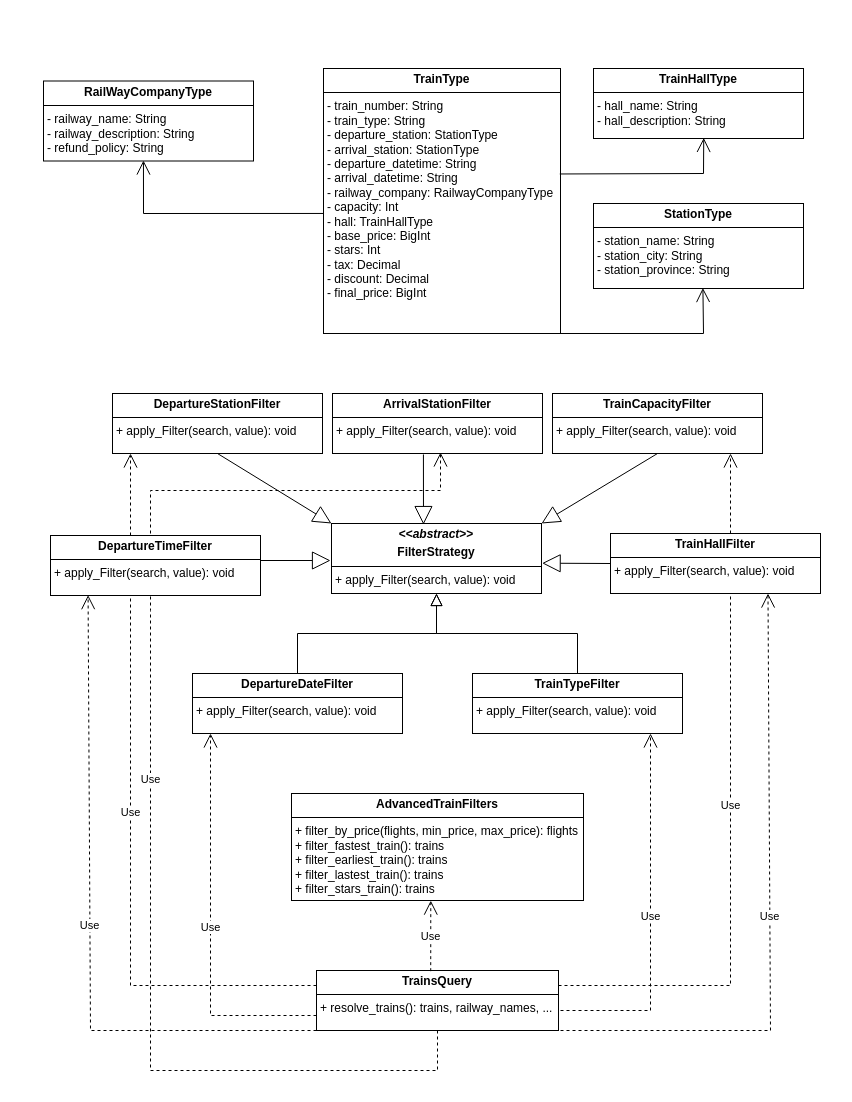
Before: Class-Diagram/TrainsFilter-Class-Diagram.drawio in Travel-Booking-Framework/TrainsFilter, a draw.io diagram. Source tidied: cells renumbered, new cells numbered last; positions are measured from the earlier drawing's top-left corner, leaving out a move shared by most shapes. Both pictures are drawn from the tidied source at 100%, with x=0, y=0 at pixel (43, 68).
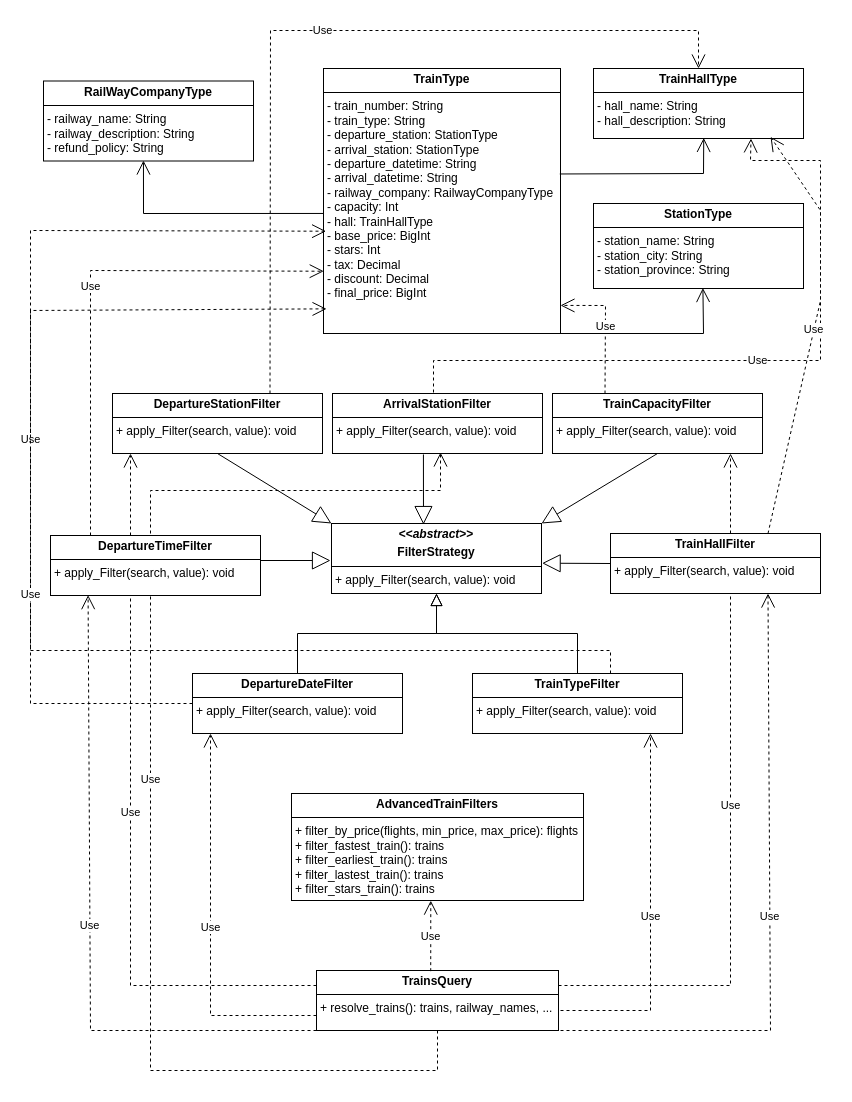
The same diagram, later.

Commit message (it also covers changes not shown here):
Modify Class Diagram

The change refers to these unchanged cells:
```xml
<mxCell id="3" value="&lt;p style=&quot;margin:0px;margin-top:4px;text-align:center;&quot;&gt;&lt;b&gt;TrainHallType&lt;/b&gt;&lt;/p&gt;&lt;hr size=&quot;1&quot; style=&quot;border-style:solid;&quot;&gt;&lt;p style=&quot;margin: 0px 0px 0px 4px;&quot;&gt;- hall_name: String&lt;/p&gt;&lt;p style=&quot;margin: 0px 0px 0px 4px;&quot;&gt;- hall_description:&amp;nbsp;&lt;span style=&quot;background-color: initial;&quot;&gt;String&lt;/span&gt;&lt;/p&gt;" style="verticalAlign=top;align=left;overflow=fill;html=1;whiteSpace=wrap;" parent="1" vertex="1">
  <mxGeometry x="550" width="210" height="70" as="geometry" />
</mxCell>
<mxCell id="5" value="&lt;p style=&quot;margin:0px;margin-top:4px;text-align:center;&quot;&gt;&lt;b&gt;TrainType&lt;/b&gt;&lt;/p&gt;&lt;hr size=&quot;1&quot; style=&quot;border-style:solid;&quot;&gt;&lt;p style=&quot;margin: 0px 0px 0px 4px;&quot;&gt;- train_number:&amp;nbsp;&lt;span style=&quot;background-color: initial;&quot;&gt;String&lt;/span&gt;&lt;/p&gt;&lt;p style=&quot;margin: 0px 0px 0px 4px;&quot;&gt;- train_type:&amp;nbsp;&lt;span style=&quot;background-color: initial;&quot;&gt;String&lt;/span&gt;&lt;/p&gt;&lt;p style=&quot;margin: 0px 0px 0px 4px;&quot;&gt;- departure_station: StationType&lt;/p&gt;&lt;p style=&quot;margin: 0px 0px 0px 4px;&quot;&gt;- arrival_station: StationType&lt;/p&gt;&lt;p style=&quot;margin: 0px 0px 0px 4px;&quot;&gt;- departure_datetime:&amp;nbsp;&lt;span style=&quot;background-color: initial;&quot;&gt;String&lt;/span&gt;&lt;/p&gt;&lt;p style=&quot;margin: 0px 0px 0px 4px;&quot;&gt;- arrival_datetime:&amp;nbsp;&lt;span style=&quot;background-color: initial;&quot;&gt;String&lt;/span&gt;&lt;/p&gt;&lt;p style=&quot;margin: 0px 0px 0px 4px;&quot;&gt;- railway_company: RailwayCompanyType&lt;/p&gt;&lt;p style=&quot;margin: 0px 0px 0px 4px;&quot;&gt;- capacity: Int&lt;/p&gt;&lt;p style=&quot;margin: 0px 0px 0px 4px;&quot;&gt;- hall: TrainHallType&lt;/p&gt;&lt;p style=&quot;margin: 0px 0px 0px 4px;&quot;&gt;- base_price: BigInt&lt;/p&gt;&lt;p style=&quot;margin: 0px 0px 0px 4px;&quot;&gt;&lt;span style=&quot;background-color: initial;&quot;&gt;- stars: Int&lt;/span&gt;&lt;/p&gt;&lt;p style=&quot;margin: 0px 0px 0px 4px;&quot;&gt;- tax: Decimal&lt;/p&gt;&lt;p style=&quot;margin: 0px 0px 0px 4px;&quot;&gt;- discount: Decimal&lt;/p&gt;&lt;p style=&quot;margin: 0px 0px 0px 4px;&quot;&gt;- final_price:&amp;nbsp;&lt;span style=&quot;background-color: initial;&quot;&gt;BigInt&lt;/span&gt;&lt;/p&gt;" style="verticalAlign=top;align=left;overflow=fill;html=1;whiteSpace=wrap;" parent="1" vertex="1">
  <mxGeometry x="280" width="237" height="265" as="geometry" />
</mxCell>
<mxCell id="12" value="&lt;p style=&quot;margin:0px;margin-top:4px;text-align:center;&quot;&gt;&lt;b&gt;DepartureStationFilter&lt;/b&gt;&lt;/p&gt;&lt;hr size=&quot;1&quot; style=&quot;border-style:solid;&quot;&gt;&lt;p style=&quot;margin:0px;margin-left:4px;&quot;&gt;+ apply_Filter(search, value): void&lt;/p&gt;" style="verticalAlign=top;align=left;overflow=fill;html=1;whiteSpace=wrap;" parent="1" vertex="1">
  <mxGeometry x="69" y="325" width="210" height="60" as="geometry" />
</mxCell>
<mxCell id="14" value="&lt;p style=&quot;margin:0px;margin-top:4px;text-align:center;&quot;&gt;&lt;b&gt;TrainCapacityFilter&lt;/b&gt;&lt;/p&gt;&lt;hr size=&quot;1&quot; style=&quot;border-style:solid;&quot;&gt;&lt;p style=&quot;margin:0px;margin-left:4px;&quot;&gt;+ apply_Filter(search, value): void&lt;/p&gt;" style="verticalAlign=top;align=left;overflow=fill;html=1;whiteSpace=wrap;" parent="1" vertex="1">
  <mxGeometry x="509" y="325" width="210" height="60" as="geometry" />
</mxCell>
<mxCell id="15" value="&lt;p style=&quot;margin:0px;margin-top:4px;text-align:center;&quot;&gt;&lt;b&gt;DepartureDateFilter&lt;/b&gt;&lt;/p&gt;&lt;hr size=&quot;1&quot; style=&quot;border-style:solid;&quot;&gt;&lt;p style=&quot;margin:0px;margin-left:4px;&quot;&gt;+ apply_Filter(search, value): void&lt;/p&gt;" style="verticalAlign=top;align=left;overflow=fill;html=1;whiteSpace=wrap;" parent="1" vertex="1">
  <mxGeometry x="149" y="605" width="210" height="60" as="geometry" />
</mxCell>
<mxCell id="28" value="&lt;p style=&quot;margin:0px;margin-top:4px;text-align:center;&quot;&gt;&lt;b&gt;TrainHallFilter&lt;/b&gt;&lt;/p&gt;&lt;hr size=&quot;1&quot; style=&quot;border-style:solid;&quot;&gt;&lt;p style=&quot;margin:0px;margin-left:4px;&quot;&gt;+ apply_Filter(search, value): void&lt;/p&gt;" style="verticalAlign=top;align=left;overflow=fill;html=1;whiteSpace=wrap;" parent="1" vertex="1">
  <mxGeometry x="567" y="465" width="210" height="60" as="geometry" />
</mxCell>
```

Diff of the diagram source:
```diff
@@
+    <mxCell id="34" value="Use" style="endArrow=open;endSize=12;dashed=1;html=1;rounded=0;entryX=0.75;entryY=1;entryDx=0;entryDy=0;" parent="1" edge="1" target="3">
+      <mxGeometry relative="1" as="geometry">
+        <mxPoint x="390" y="324" as="sourcePoint" />
+        <Array as="points">
+          <mxPoint x="390" y="292" />
+          <mxPoint x="777" y="292" />
+          <mxPoint x="777" y="92" />
+          <mxPoint x="707" y="92" />
+        </Array>
+      </mxGeometry>
+    </mxCell>
+    <mxCell id="35" value="Use" style="endArrow=open;endSize=12;dashed=1;html=1;rounded=0;exitX=0.75;exitY=0;exitDx=0;exitDy=0;entryX=0.5;entryY=0;entryDx=0;entryDy=0;" parent="1" edge="1" source="12" target="3">
+      <mxGeometry relative="1" as="geometry">
+        <Array as="points">
+          <mxPoint x="227" y="-38" />
+          <mxPoint x="457" y="-38" />
+          <mxPoint x="655" y="-38" />
+        </Array>
+      </mxGeometry>
+    </mxCell>
+    <mxCell id="36" value="Use" style="endArrow=open;endSize=12;dashed=1;html=1;rounded=0;entryX=1;entryY=0.894;entryDx=0;entryDy=0;entryPerimeter=0;exitX=0.25;exitY=0;exitDx=0;exitDy=0;" parent="1" edge="1" source="14" target="5">
+      <mxGeometry relative="1" as="geometry">
+        <Array as="points">
+          <mxPoint x="562" y="237" />
+        </Array>
+      </mxGeometry>
+    </mxCell>
+    <mxCell id="37" value="Use" style="endArrow=open;endSize=12;dashed=1;html=1;rounded=0;entryX=0.001;entryY=0.765;entryDx=0;entryDy=0;entryPerimeter=0;" parent="1" edge="1" target="5">
+      <mxGeometry relative="1" as="geometry">
+        <mxPoint x="47" y="467" as="sourcePoint" />
+        <Array as="points">
+          <mxPoint x="47" y="202" />
+        </Array>
+      </mxGeometry>
+    </mxCell>
+    <mxCell id="38" value="Use" style="endArrow=open;endSize=12;dashed=1;html=1;rounded=0;entryX=0.843;entryY=0.976;entryDx=0;entryDy=0;entryPerimeter=0;exitX=0.75;exitY=0;exitDx=0;exitDy=0;" parent="1" edge="1" source="28" target="3">
+      <mxGeometry relative="1" as="geometry">
+        <Array as="points">
+          <mxPoint x="777" y="232" />
+          <mxPoint x="777" y="142" />
+        </Array>
+      </mxGeometry>
+    </mxCell>
+    <mxCell id="39" value="Use" style="endArrow=open;endSize=12;dashed=1;html=1;rounded=0;exitX=0;exitY=0.5;exitDx=0;exitDy=0;entryX=0.013;entryY=0.907;entryDx=0;entryDy=0;entryPerimeter=0;" parent="1" edge="1" source="15" target="5">
+      <mxGeometry relative="1" as="geometry">
+        <Array as="points">
+          <mxPoint x="-13" y="635" />
+          <mxPoint x="-13" y="442" />
+          <mxPoint x="-13" y="242" />
+        </Array>
+      </mxGeometry>
+    </mxCell>
+    <mxCell id="40" value="Use" style="endArrow=open;endSize=12;dashed=1;html=1;rounded=0;entryX=0.011;entryY=0.614;entryDx=0;entryDy=0;entryPerimeter=0;" parent="1" edge="1" target="5">
+      <mxGeometry relative="1" as="geometry">
+        <mxPoint x="567" y="605" as="sourcePoint" />
+        <Array as="points">
+          <mxPoint x="567" y="582" />
+          <mxPoint x="-13" y="582" />
+          <mxPoint x="-13" y="162" />
+        </Array>
+      </mxGeometry>
+    </mxCell>
```
